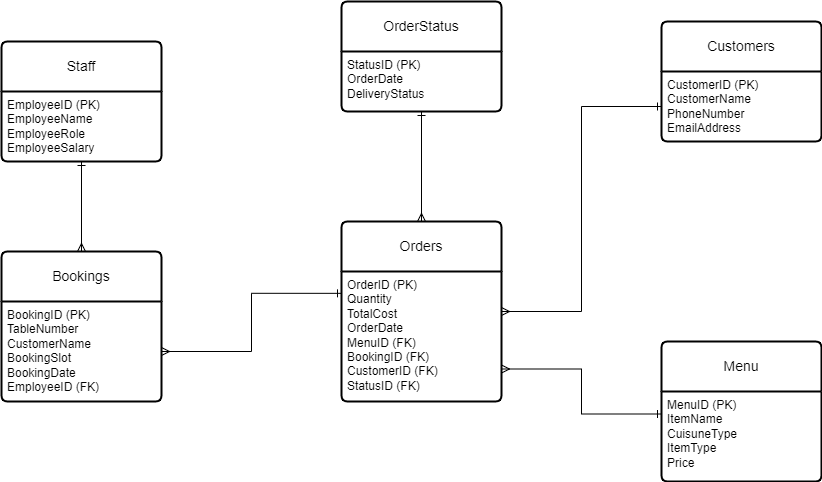
The draw.io diagram Little Lemon Logical Model.png in johnt759/db-capstone-project, before a commit. Source tidied: cells renumbered, new cells last; positions are measured from the earlier drawing's top-left corner, leaving out a move shared by most shapes.
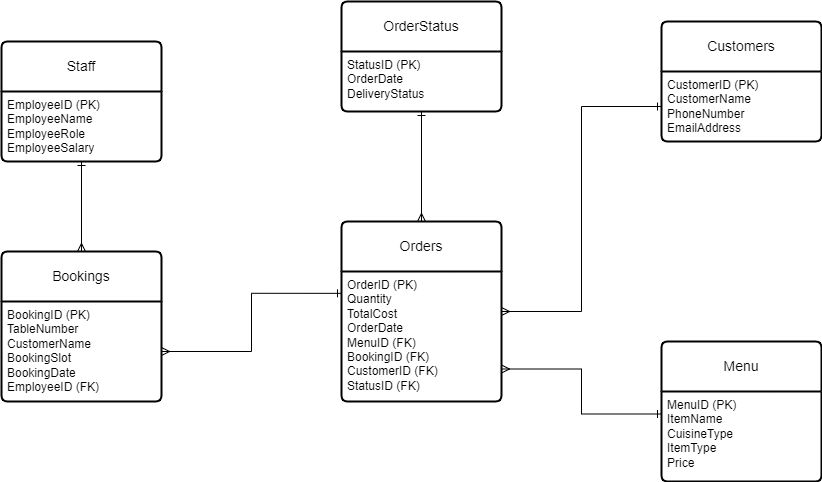
After the commit.

The edit, as a diff of the source:
```diff
@@ -17,7 +17,7 @@
     <mxCell id="6" value="Menu" style="swimlane;horizontal=1;startSize=50;rounded=1;fontSize=14;fontStyle=0;strokeWidth=2;shadow=0;dashed=0;align=center;arcSize=4;whiteSpace=wrap;html=1;" parent="1" vertex="1">
       <mxGeometry x="660" y="340" width="160" height="140" as="geometry" />
     </mxCell>
-    <mxCell id="7" value="MenuID (PK)&lt;br&gt;ItemName&lt;br&gt;CuisuneType&lt;br&gt;ItemType&lt;br&gt;Price" style="align=left;strokeColor=none;fillColor=none;spacingLeft=4;fontSize=12;verticalAlign=top;html=1;" parent="6" vertex="1">
+    <mxCell id="7" value="MenuID (PK)&lt;br&gt;ItemName&lt;br&gt;CuisineType&lt;br&gt;ItemType&lt;br&gt;Price" style="align=left;strokeColor=none;fillColor=none;spacingLeft=4;fontSize=12;verticalAlign=top;html=1;" parent="6" vertex="1">
       <mxGeometry y="50" width="160" height="90" as="geometry" />
     </mxCell>
     <mxCell id="8" value="OrderStatus" style="swimlane;horizontal=1;startSize=50;rounded=1;fontSize=14;fontStyle=0;strokeWidth=2;shadow=0;dashed=0;align=center;arcSize=4;whiteSpace=wrap;html=1;" parent="1" vertex="1">
```
